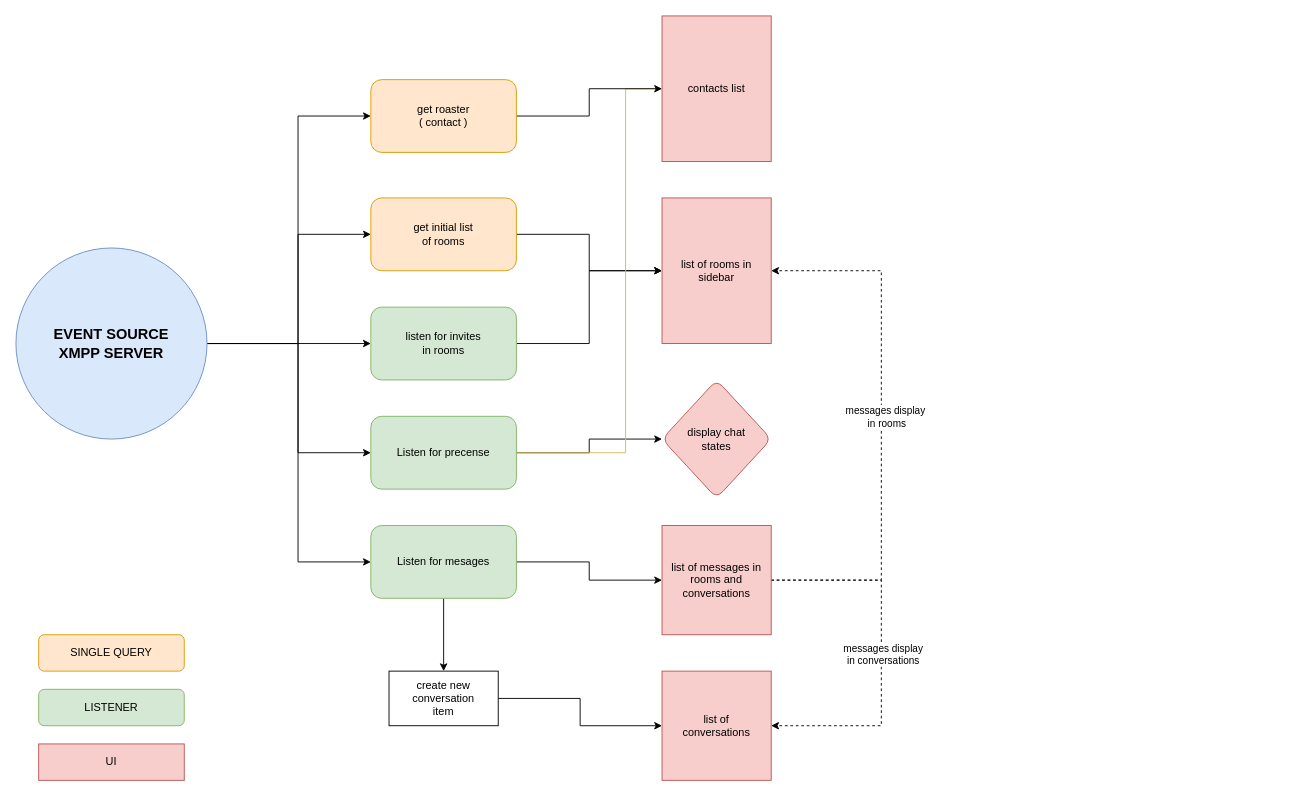
The draw.io diagram docs/events.drawio in shaninalex/chatapp, before the edit. Source tidied: cells renumbered, new cells numbered last; positions are measured from the earlier drawing's top-left corner, leaving out a move shared by most shapes. Both pictures are drawn from the tidied source at 91%, with x=0, y=0 at pixel (15, 15).
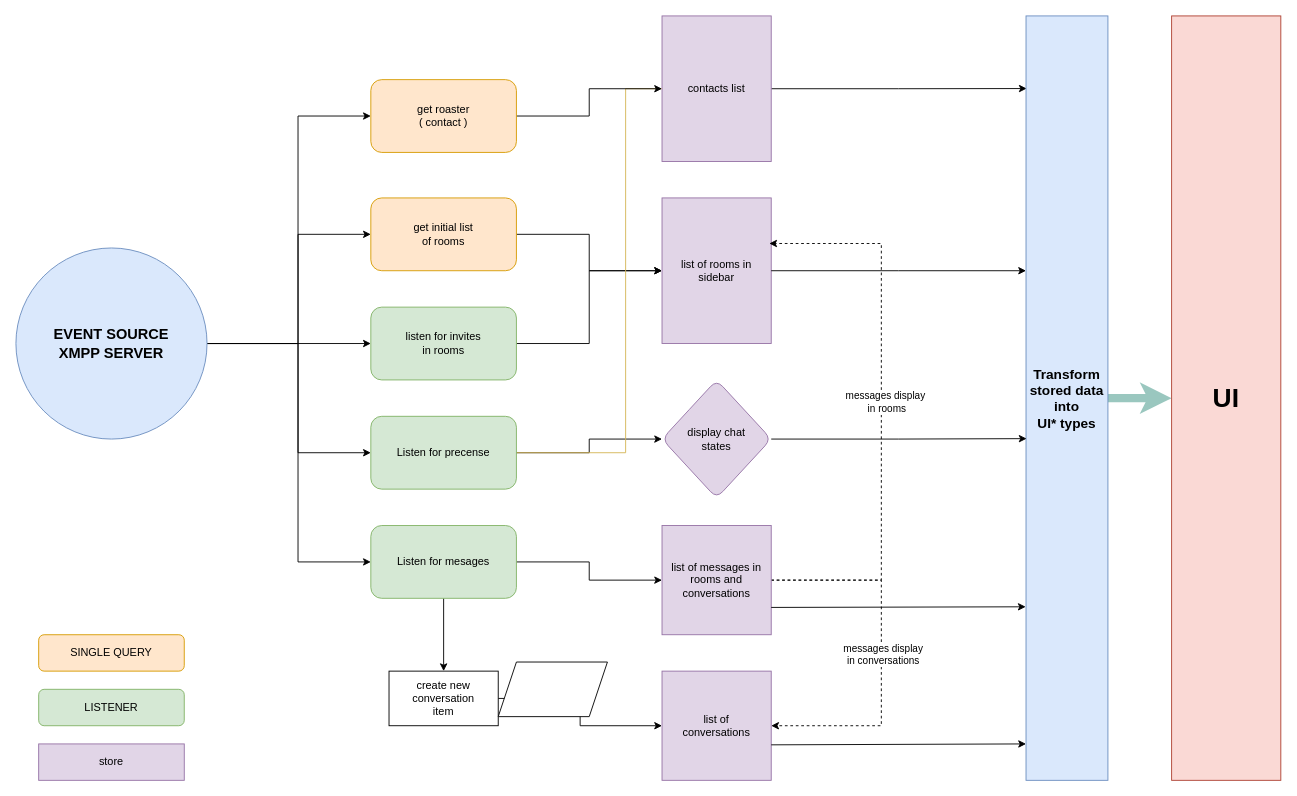
Above is the later version.

The edit, as a diff of the source:
```diff
@@
-    <mxCell id="12" value="&lt;div&gt;list of rooms in sidebar&lt;/div&gt;" style="rounded=0;whiteSpace=wrap;html=1;fillColor=#f8cecc;strokeColor=#b85450;" parent="1" vertex="1">
+    <mxCell id="12" value="&lt;div&gt;list of rooms in sidebar&lt;/div&gt;" style="rounded=0;whiteSpace=wrap;html=1;fillColor=#e1d5e7;strokeColor=#9673a6;" parent="1" vertex="1">
       <mxGeometry x="710" y="200" width="120" height="160" as="geometry" />
     </mxCell>
@@
-    <mxCell id="19" style="edgeStyle=orthogonalEdgeStyle;rounded=0;jettySize=auto;html=1;entryX=1;entryY=0.5;entryDx=0;entryDy=0;dashed=1;" parent="1" edge="1" source="23" target="12">
+    <mxCell id="19" style="edgeStyle=orthogonalEdgeStyle;rounded=0;jettySize=auto;html=1;dashed=1;entryX=0.982;entryY=0.313;entryDx=0;entryDy=0;entryPerimeter=0;" parent="1" edge="1" source="23" target="12">
       <mxGeometry relative="1" as="geometry">
         <Array as="points">
           <mxPoint x="951" y="620" />
-          <mxPoint x="951" y="280" />
+          <mxPoint x="951" y="250" />
         </Array>
       </mxGeometry>
     </mxCell>
@@
-    <mxCell id="23" value="&lt;div&gt;list of messages in rooms and conversations&lt;/div&gt;" style="rounded=0;whiteSpace=wrap;html=1;fillColor=#f8cecc;strokeColor=#b85450;" parent="1" vertex="1">
+    <mxCell id="23" value="&lt;div&gt;list of messages in rooms and conversations&lt;/div&gt;" style="rounded=0;whiteSpace=wrap;html=1;fillColor=#e1d5e7;strokeColor=#9673a6;" parent="1" vertex="1">
       <mxGeometry x="710" y="560" width="120" height="120" as="geometry" />
     </mxCell>
-    <mxCell id="24" value="&lt;div&gt;display chat&lt;/div&gt;&lt;div&gt;states&lt;/div&gt;" style="rhombus;whiteSpace=wrap;html=1;fillColor=#f8cecc;strokeColor=#b85450;rounded=1;" parent="1" vertex="1">
+    <mxCell id="24" value="&lt;div&gt;display chat&lt;/div&gt;&lt;div&gt;states&lt;/div&gt;" style="rhombus;whiteSpace=wrap;html=1;fillColor=#e1d5e7;strokeColor=#9673a6;rounded=1;" parent="1" vertex="1">
       <mxGeometry x="710" y="400" width="120" height="130" as="geometry" />
     </mxCell>
@@
-    <mxCell id="27" value="&lt;div&gt;list of&lt;/div&gt;&lt;div&gt;conversations&lt;br&gt;&lt;/div&gt;" style="rounded=0;whiteSpace=wrap;html=1;fillColor=#f8cecc;strokeColor=#b85450;" parent="1" vertex="1">
+    <mxCell id="27" value="&lt;div&gt;list of&lt;/div&gt;&lt;div&gt;conversations&lt;br&gt;&lt;/div&gt;" style="rounded=0;whiteSpace=wrap;html=1;fillColor=#e1d5e7;strokeColor=#9673a6;" parent="1" vertex="1">
       <mxGeometry x="710" y="720" width="120" height="120" as="geometry" />
     </mxCell>
@@
+    <mxCell id="34" style="edgeStyle=orthogonalEdgeStyle;rounded=0;jettySize=auto;html=1;entryX=0.008;entryY=0.095;entryDx=0;entryDy=0;entryPerimeter=0;" parent="1" edge="1" source="30" target="37">
+      <mxGeometry relative="1" as="geometry" />
+    </mxCell>
-    <mxCell id="30" value="&lt;div&gt;contacts list&lt;/div&gt;" style="rounded=0;whiteSpace=wrap;html=1;fillColor=#f8cecc;strokeColor=#b85450;" parent="1" vertex="1">
+    <mxCell id="30" value="&lt;div&gt;contacts list&lt;/div&gt;" style="rounded=0;whiteSpace=wrap;html=1;fillColor=#e1d5e7;strokeColor=#9673a6;" parent="1" vertex="1">
       <mxGeometry x="710" width="120" height="160" as="geometry" />
     </mxCell>
@@
-    <mxCell id="33" value="&lt;div&gt;UI&lt;/div&gt;" style="rounded=0;whiteSpace=wrap;html=1;fillColor=#f8cecc;strokeColor=#b85450;" parent="1" vertex="1">
+    <mxCell id="33" value="store" style="rounded=0;whiteSpace=wrap;html=1;fillColor=#e1d5e7;strokeColor=#9673a6;" parent="1" vertex="1">
       <mxGeometry x="25" y="800" width="160" height="40" as="geometry" />
     </mxCell>
+    <mxCell id="35" style="shape=parallelogram;perimeter=parallelogramPerimeter;whiteSpace=wrap;html=1;fixedSize=1;" parent="1" vertex="1">
+      <mxGeometry x="530" y="710" width="120" height="60" as="geometry" />
+    </mxCell>
+    <mxCell id="36" style="edgeStyle=orthogonalEdgeStyle;rounded=0;jettySize=auto;html=1;strokeWidth=9;fillColor=#ffcccc;strokeColor=#9AC7BF;" parent="1" edge="1" source="37" target="42">
+      <mxGeometry relative="1" as="geometry" />
+    </mxCell>
+    <mxCell id="37" value="&lt;div style=&quot;font-size: 15px;&quot;&gt;&lt;font style=&quot;font-size: 15px;&quot;&gt;&lt;b&gt;Transform&lt;/b&gt;&lt;/font&gt;&lt;/div&gt;&lt;div style=&quot;font-size: 15px;&quot;&gt;&lt;font style=&quot;font-size: 15px;&quot;&gt;&lt;b&gt;stored data&lt;/b&gt;&lt;/font&gt;&lt;/div&gt;&lt;div style=&quot;font-size: 15px;&quot;&gt;&lt;font style=&quot;font-size: 15px;&quot;&gt;&lt;b&gt;into&lt;/b&gt;&lt;/font&gt;&lt;/div&gt;&lt;div style=&quot;font-size: 15px;&quot;&gt;&lt;font style=&quot;font-size: 15px;&quot;&gt;&lt;b&gt;&lt;font style=&quot;font-size: 15px;&quot;&gt;UI* types&lt;/font&gt;&lt;br&gt;&lt;/b&gt;&lt;/font&gt;&lt;/div&gt;" style="rounded=0;whiteSpace=wrap;html=1;fillColor=#dae8fc;strokeColor=#6c8ebf;" parent="1" vertex="1">
+      <mxGeometry x="1110" width="90" height="840" as="geometry" />
+    </mxCell>
+    <mxCell id="38" style="edgeStyle=orthogonalEdgeStyle;rounded=0;jettySize=auto;html=1;entryX=0.007;entryY=0.553;entryDx=0;entryDy=0;entryPerimeter=0;" parent="1" edge="1" source="24" target="37">
+      <mxGeometry relative="1" as="geometry" />
+    </mxCell>
+    <mxCell id="39" style="edgeStyle=orthogonalEdgeStyle;rounded=0;jettySize=auto;html=1;" parent="1" edge="1" source="12">
+      <mxGeometry relative="1" as="geometry">
+        <mxPoint x="1110" y="280" as="targetPoint" />
+        <Array as="points">
+          <mxPoint x="970" y="280" />
+        </Array>
+      </mxGeometry>
+    </mxCell>
+    <mxCell id="40" style="endArrow=classic;html=1;rounded=0;entryX=-0.004;entryY=0.773;entryDx=0;entryDy=0;entryPerimeter=0;exitX=1;exitY=0.75;exitDx=0;exitDy=0;" parent="1" edge="1" source="23" target="37">
+      <mxGeometry relative="1" as="geometry" />
+    </mxCell>
+    <mxCell id="41" style="endArrow=classic;html=1;rounded=0;entryX=-0.004;entryY=0.773;entryDx=0;entryDy=0;entryPerimeter=0;exitX=1;exitY=0.75;exitDx=0;exitDy=0;" parent="1" edge="1">
+      <mxGeometry relative="1" as="geometry">
+        <mxPoint x="830" y="801" as="sourcePoint" />
+        <mxPoint x="1110" y="800" as="targetPoint" />
+      </mxGeometry>
+    </mxCell>
+    <mxCell id="42" value="&lt;font size=&quot;1&quot;&gt;&lt;b&gt;&lt;font style=&quot;font-size: 29px;&quot;&gt;UI&lt;/font&gt;&lt;/b&gt;&lt;/font&gt;" style="rounded=0;whiteSpace=wrap;html=1;fillColor=#fad9d5;strokeColor=#ae4132;" parent="1" vertex="1">
+      <mxGeometry x="1270" width="120" height="840" as="geometry" />
+    </mxCell>
```
